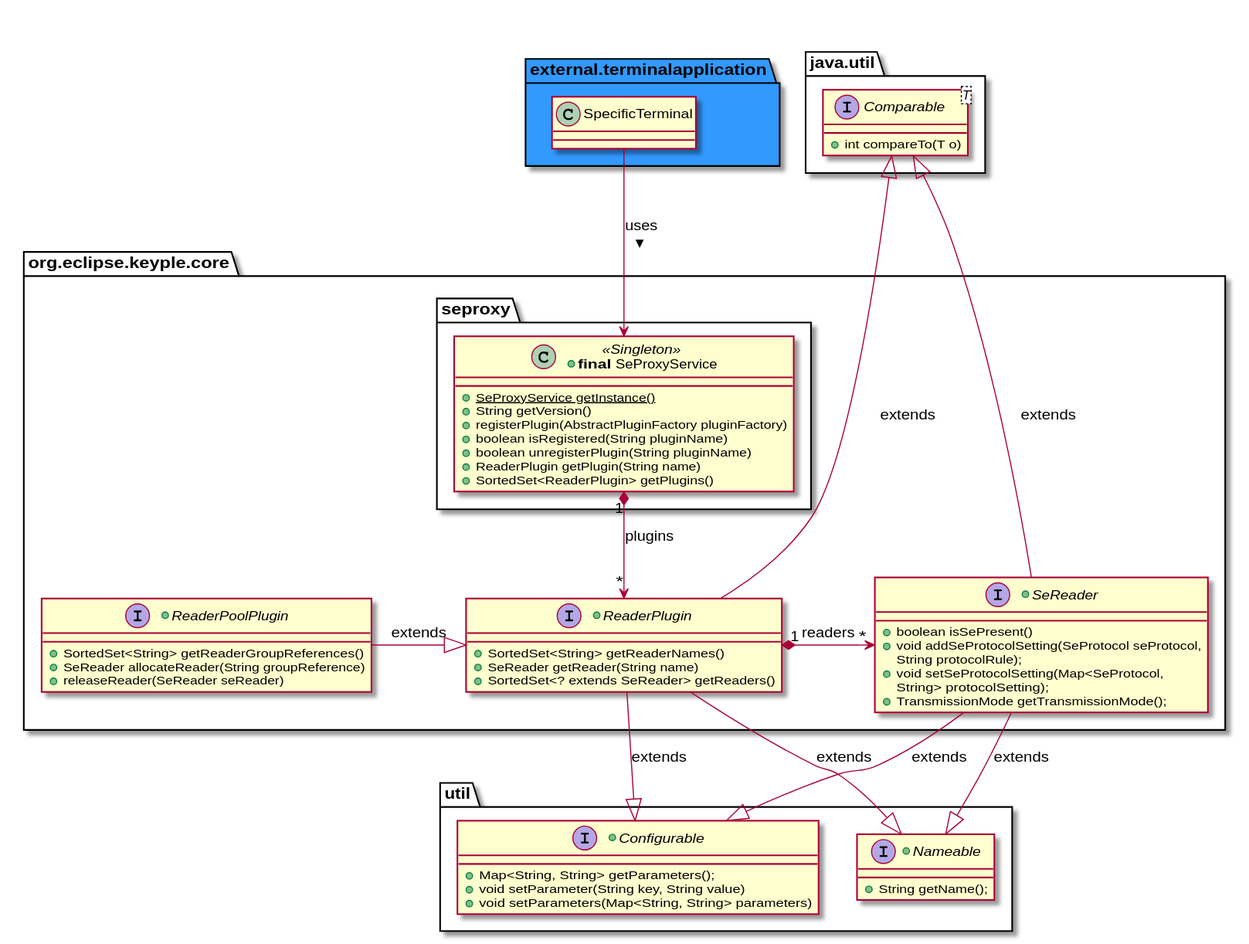
Earlier version of the PlantUML export docs/img/KeypleCore-2-SE_Proxy-ReaderAccess.svg (eclipse-keyple/keyple-java).
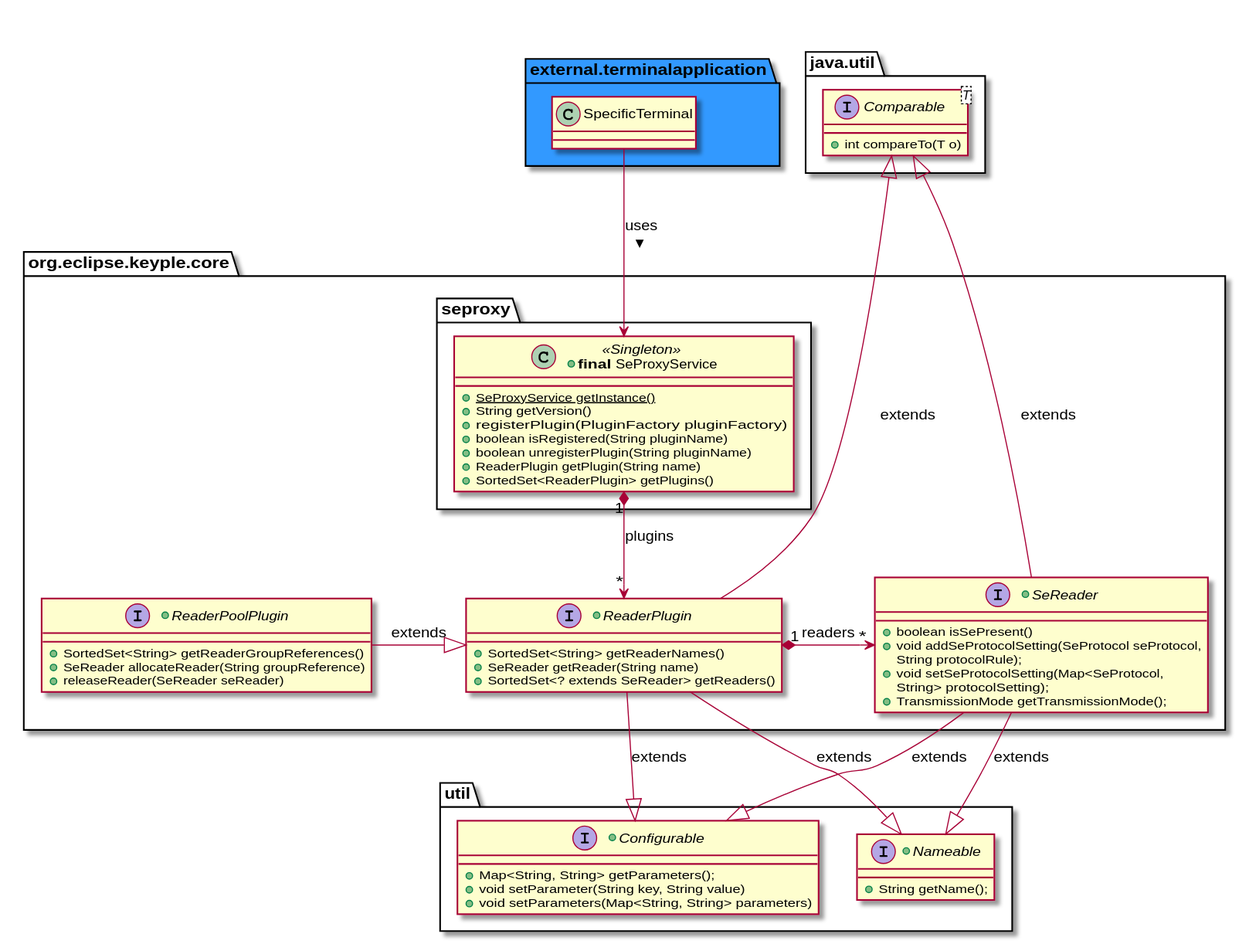
After the change.

Change to the diagram source:
```diff
@@ -17,7 +17,7 @@
 +class "<b>final</b> SeProxyService" as SeProxyService << Singleton >> {
 	+{static}SeProxyService getInstance()
 	+String getVersion()
-	+registerPlugin(AbstractPluginFactory pluginFactory)
+	+registerPlugin(PluginFactory pluginFactory)
 	+boolean isRegistered(String pluginName)
 	+boolean unregisterPlugin(String pluginName)
 	+ReaderPlugin getPlugin(String name)
```
